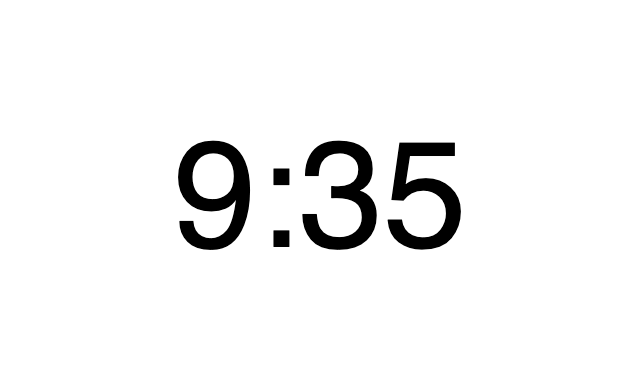
Earlier version of the draw.io export vi_moedes_igen.drawio.png (PeterUlf/screensaver). Source tidied: cells renumbered, new cells last; positions are measured from the earlier drawing's top-left corner, leaving out a move shared by most shapes. The source it was exported from:
```xml
<mxGraphModel>
  <root>
    <mxCell id="0" />
    <mxCell id="1" parent="0" />
    <mxCell id="2" value="&lt;span style=&quot;font-size: 151px;&quot;&gt;9:35&lt;br&gt;&lt;/span&gt;" style="rounded=1;whiteSpace=wrap;html=1;strokeColor=#FFFFFF;" parent="1" vertex="1">
      <mxGeometry width="640" height="390" as="geometry" />
    </mxCell>
  </root>
</mxGraphModel>
```
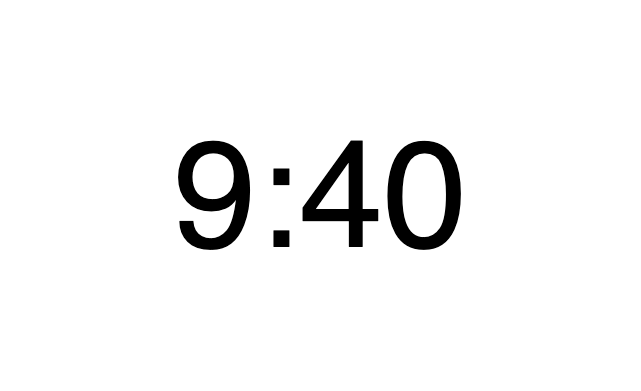
After the commit.

Commit message:
Rettet til 949

The edit, as a diff of the source:
```diff
@@ -2,7 +2,7 @@
   <root>
     <mxCell id="0" />
     <mxCell id="1" parent="0" />
-    <mxCell id="2" value="&lt;span style=&quot;font-size: 151px;&quot;&gt;9:35&lt;br&gt;&lt;/span&gt;" style="rounded=1;whiteSpace=wrap;html=1;strokeColor=#FFFFFF;" parent="1" vertex="1">
+    <mxCell id="2" value="&lt;span style=&quot;font-size: 151px;&quot;&gt;9:40&lt;br&gt;&lt;/span&gt;" style="rounded=1;whiteSpace=wrap;html=1;strokeColor=#FFFFFF;" parent="1" vertex="1">
       <mxGeometry width="640" height="390" as="geometry" />
     </mxCell>
   </root>
```
